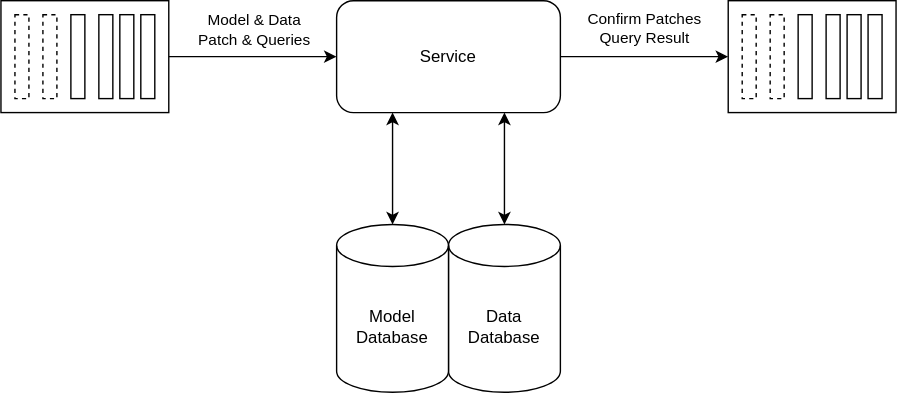
Earlier version of the draw.io export architecture-overview.svg (YuriyGorvitovskiy/state-patch-sql). Source tidied: cells renumbered, new cells last; positions are measured from the earlier drawing's top-left corner, leaving out a move shared by most shapes.
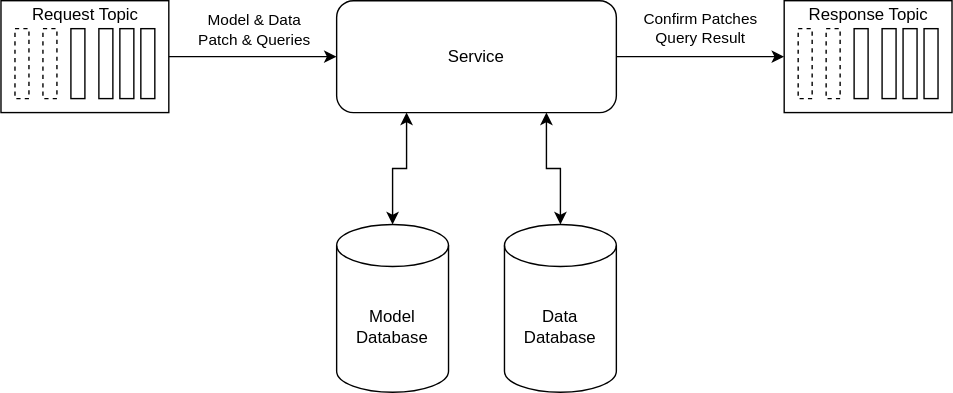
Later version of the same file.

Change to the diagram source:
```diff
@@ -6,7 +6,7 @@
       <mxGeometry relative="1" as="geometry" />
     </mxCell>
     <mxCell id="3" value="Data Database" style="shape=cylinder3;whiteSpace=wrap;html=1;boundedLbl=1;backgroundOutline=1;size=15;" parent="1" vertex="1">
-      <mxGeometry x="320" y="160" width="80" height="120" as="geometry" />
+      <mxGeometry x="360" y="160" width="80" height="120" as="geometry" />
     </mxCell>
     <mxCell id="4" style="edgeStyle=orthogonalEdgeStyle;rounded=0;jettySize=auto;html=1;exitX=0.75;exitY=1;exitDx=0;exitDy=0;entryX=0.5;entryY=0;entryDx=0;entryDy=0;entryPerimeter=0;startArrow=classic;startFill=1;" parent="1" edge="1" source="6" target="3">
       <mxGeometry relative="1" as="geometry" />
@@ -15,7 +15,7 @@
       <mxGeometry y="20" relative="1" as="geometry" />
     </mxCell>
     <mxCell id="6" value="Service" style="rounded=1;whiteSpace=wrap;html=1;" parent="1" vertex="1">
-      <mxGeometry x="240" width="160" height="80" as="geometry" />
+      <mxGeometry x="240" width="200" height="80" as="geometry" />
     </mxCell>
     <mxCell id="7" style="edgeStyle=orthogonalEdgeStyle;rounded=0;jettySize=auto;html=1;exitX=1;exitY=0.5;exitDx=0;exitDy=0;entryX=0;entryY=0.5;entryDx=0;entryDy=0;" parent="1" edge="1" source="11" target="6">
       <mxGeometry relative="1" as="geometry" />
@@ -35,46 +35,52 @@
       <mxGeometry width="120" height="80" as="geometry" />
     </mxCell>
     <mxCell id="12" style="rounded=0;whiteSpace=wrap;html=1;" parent="10" vertex="1">
-      <mxGeometry x="50" y="10" width="10" height="60" as="geometry" />
+      <mxGeometry x="50" y="20" width="10" height="50" as="geometry" />
     </mxCell>
     <mxCell id="13" style="rounded=0;whiteSpace=wrap;html=1;dashed=1;" parent="10" vertex="1">
-      <mxGeometry x="10" y="10" width="10" height="60" as="geometry" />
+      <mxGeometry x="10" y="20" width="10" height="50" as="geometry" />
     </mxCell>
     <mxCell id="14" style="rounded=0;whiteSpace=wrap;html=1;" parent="10" vertex="1">
-      <mxGeometry x="85" y="10" width="10" height="60" as="geometry" />
+      <mxGeometry x="85" y="20" width="10" height="50" as="geometry" />
     </mxCell>
     <mxCell id="15" style="rounded=0;whiteSpace=wrap;html=1;" parent="10" vertex="1">
-      <mxGeometry x="100" y="10" width="10" height="60" as="geometry" />
+      <mxGeometry x="100" y="20" width="10" height="50" as="geometry" />
     </mxCell>
     <mxCell id="16" style="rounded=0;whiteSpace=wrap;html=1;" parent="10" vertex="1">
-      <mxGeometry x="70" y="10" width="10" height="60" as="geometry" />
+      <mxGeometry x="70" y="20" width="10" height="50" as="geometry" />
     </mxCell>
     <mxCell id="17" style="rounded=0;whiteSpace=wrap;html=1;dashed=1;" parent="10" vertex="1">
-      <mxGeometry x="30" y="10" width="10" height="60" as="geometry" />
+      <mxGeometry x="30" y="20" width="10" height="50" as="geometry" />
     </mxCell>
-    <mxCell id="18" style="group;" parent="1" vertex="1">
-      <mxGeometry x="520" width="120" height="80" as="geometry" />
-    </mxCell>
+    <mxCell id="26" value="Request Topic&lt;br&gt;" style="text;html=1;align=center;verticalAlign=middle;" parent="10" vertex="1">
+      <mxGeometry x="15" width="90" height="20" as="geometry" />
+    </mxCell>
+    <mxCell id="27" style="group;" parent="1" vertex="1">
+      <mxGeometry x="560" width="120" height="80" as="geometry" />
+    </mxCell>
-    <mxCell id="19" style="rounded=0;whiteSpace=wrap;html=1;" parent="18" vertex="1">
+    <mxCell id="19" style="rounded=0;whiteSpace=wrap;html=1;" parent="27" vertex="1">
       <mxGeometry width="120" height="80" as="geometry" />
     </mxCell>
-    <mxCell id="20" style="rounded=0;whiteSpace=wrap;html=1;" parent="18" vertex="1">
-      <mxGeometry x="50" y="10" width="10" height="60" as="geometry" />
-    </mxCell>
-    <mxCell id="21" style="rounded=0;whiteSpace=wrap;html=1;dashed=1;" parent="18" vertex="1">
-      <mxGeometry x="10" y="10" width="10" height="60" as="geometry" />
-    </mxCell>
-    <mxCell id="22" style="rounded=0;whiteSpace=wrap;html=1;" parent="18" vertex="1">
-      <mxGeometry x="85" y="10" width="10" height="60" as="geometry" />
-    </mxCell>
-    <mxCell id="23" style="rounded=0;whiteSpace=wrap;html=1;" parent="18" vertex="1">
-      <mxGeometry x="100" y="10" width="10" height="60" as="geometry" />
-    </mxCell>
-    <mxCell id="24" style="rounded=0;whiteSpace=wrap;html=1;" parent="18" vertex="1">
-      <mxGeometry x="70" y="10" width="10" height="60" as="geometry" />
-    </mxCell>
-    <mxCell id="25" style="rounded=0;whiteSpace=wrap;html=1;dashed=1;" parent="18" vertex="1">
-      <mxGeometry x="30" y="10" width="10" height="60" as="geometry" />
-    </mxCell>
+    <mxCell id="28" style="rounded=0;whiteSpace=wrap;html=1;" parent="27" vertex="1">
+      <mxGeometry x="50" y="20" width="10" height="50" as="geometry" />
+    </mxCell>
+    <mxCell id="29" style="rounded=0;whiteSpace=wrap;html=1;dashed=1;" parent="27" vertex="1">
+      <mxGeometry x="10" y="20" width="10" height="50" as="geometry" />
+    </mxCell>
+    <mxCell id="30" style="rounded=0;whiteSpace=wrap;html=1;" parent="27" vertex="1">
+      <mxGeometry x="85" y="20" width="10" height="50" as="geometry" />
+    </mxCell>
+    <mxCell id="31" style="rounded=0;whiteSpace=wrap;html=1;" parent="27" vertex="1">
+      <mxGeometry x="100" y="20" width="10" height="50" as="geometry" />
+    </mxCell>
+    <mxCell id="32" style="rounded=0;whiteSpace=wrap;html=1;" parent="27" vertex="1">
+      <mxGeometry x="70" y="20" width="10" height="50" as="geometry" />
+    </mxCell>
+    <mxCell id="33" style="rounded=0;whiteSpace=wrap;html=1;dashed=1;" parent="27" vertex="1">
+      <mxGeometry x="30" y="20" width="10" height="50" as="geometry" />
+    </mxCell>
+    <mxCell id="34" value="Response Topic" style="text;html=1;align=center;verticalAlign=middle;" parent="27" vertex="1">
+      <mxGeometry x="10" width="100" height="20" as="geometry" />
+    </mxCell>
   </root>
 </mxGraphModel>
```
